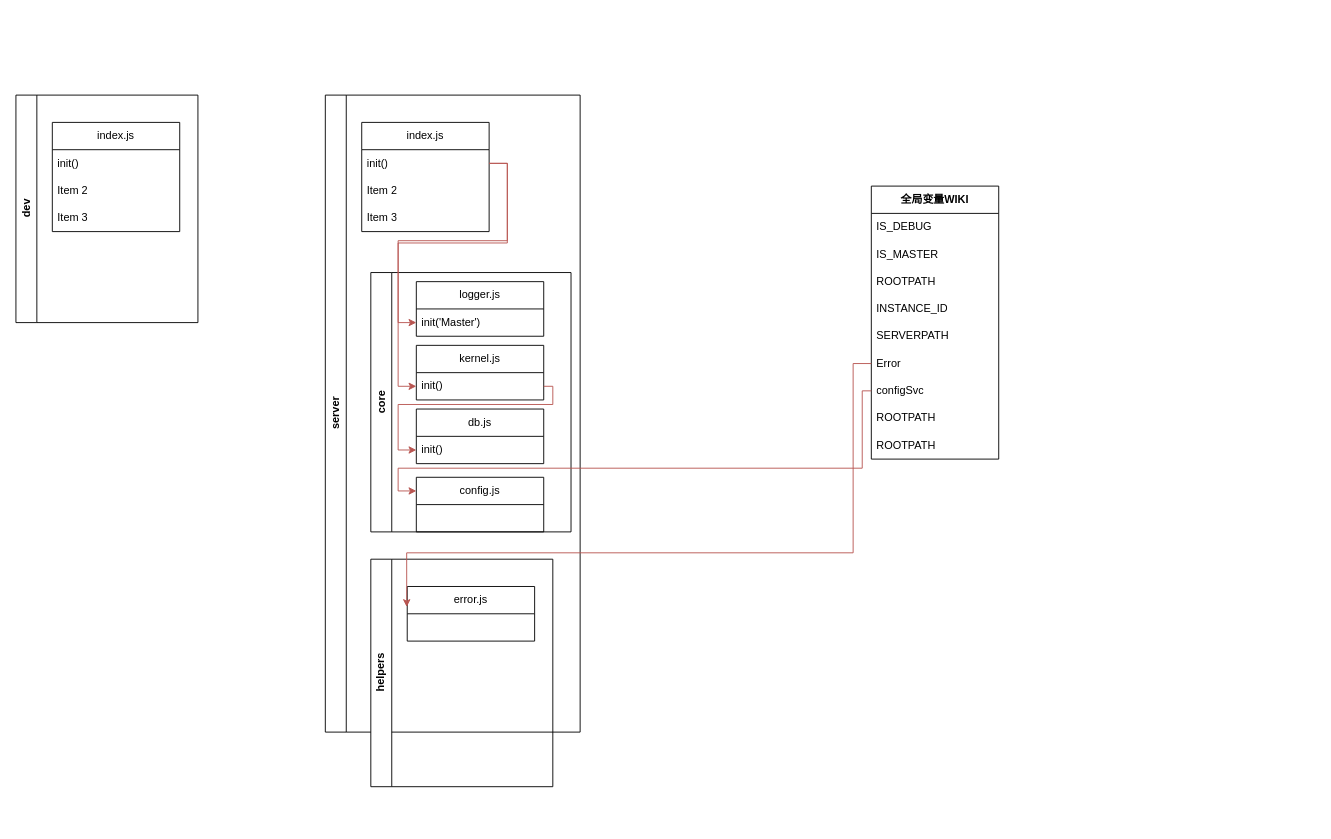
Before: wiki.drawio in fzo-China/leranGit, a draw.io diagram. Source tidied: cells renumbered, new cells numbered last; positions are measured from the earlier drawing's top-left corner, leaving out a move shared by most shapes. Both pictures are drawn from the tidied source at 91%, with x=0, y=0 at pixel (15, 95).
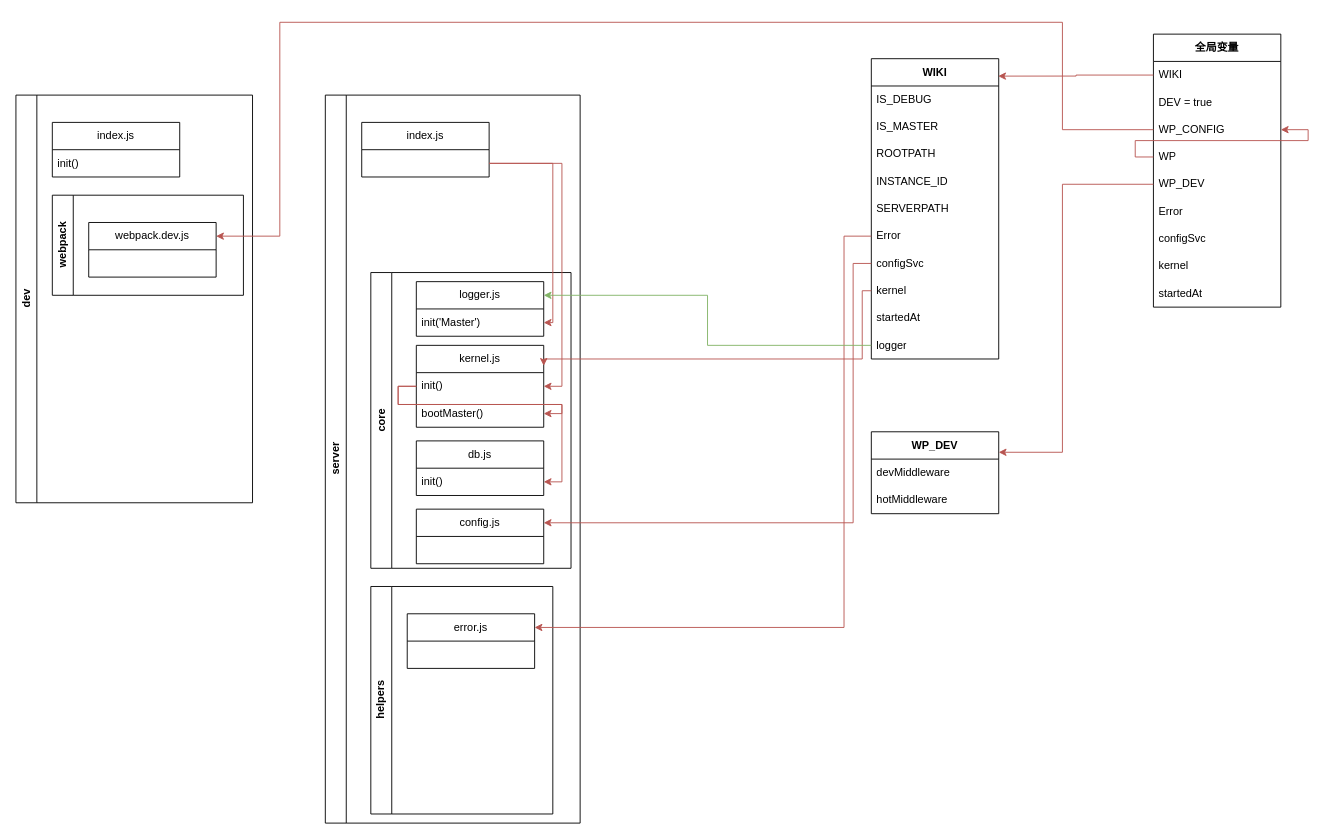
After the change.

The change refers to these unchanged cells:
```xml
<mxCell id="13" value="logger.js" style="swimlane;fontStyle=0;horizontal=1;startSize=30;whiteSpace=wrap;html=1;" parent="12" vertex="1">
  <mxGeometry x="50" y="10" width="140" height="60" as="geometry" />
</mxCell>
<mxCell id="14" value="init('Master')" style="text;strokeColor=none;fillColor=none;align=left;verticalAlign=middle;spacingLeft=4;spacingRight=4;overflow=hidden;points=[[0,0.5],[1,0.5]];portConstraint=eastwest;whiteSpace=wrap;html=1;" parent="13" vertex="1">
  <mxGeometry y="30" width="140" height="30" as="geometry" />
</mxCell>
<mxCell id="16" value="init()" style="text;strokeColor=none;fillColor=none;align=left;verticalAlign=middle;spacingLeft=4;spacingRight=4;overflow=hidden;points=[[0,0.5],[1,0.5]];portConstraint=eastwest;whiteSpace=wrap;html=1;" parent="15" vertex="1">
  <mxGeometry y="30" width="140" height="30" as="geometry" />
</mxCell>
<mxCell id="18" value="init()" style="text;strokeColor=none;fillColor=none;align=left;verticalAlign=middle;spacingLeft=4;spacingRight=4;overflow=hidden;points=[[0,0.5],[1,0.5]];portConstraint=eastwest;whiteSpace=wrap;html=1;" parent="17" vertex="1">
  <mxGeometry y="30" width="140" height="30" as="geometry" />
</mxCell>
<mxCell id="24" value="error.js" style="swimlane;fontStyle=0;horizontal=1;startSize=30;whiteSpace=wrap;html=1;" parent="23" vertex="1">
  <mxGeometry x="40" y="30" width="140" height="60" as="geometry" />
</mxCell>
<mxCell id="32" value="Error" style="text;strokeColor=none;fillColor=none;align=left;verticalAlign=middle;spacingLeft=4;spacingRight=4;overflow=hidden;points=[[0,0.5],[1,0.5]];portConstraint=eastwest;whiteSpace=wrap;html=1;" parent="26" vertex="1">
  <mxGeometry y="180" width="140" height="30" as="geometry" />
</mxCell>
<mxCell id="33" value="configSvc" style="text;strokeColor=none;fillColor=none;align=left;verticalAlign=middle;spacingLeft=4;spacingRight=4;overflow=hidden;points=[[0,0.5],[1,0.5]];portConstraint=eastwest;whiteSpace=wrap;html=1;" parent="26" vertex="1">
  <mxGeometry y="210" width="140" height="30" as="geometry" />
</mxCell>
```

Change to the diagram source:
```diff
@@
     <mxCell id="2" value="dev" style="swimlane;horizontal=0;whiteSpace=wrap;html=1;" parent="1" vertex="1">
-      <mxGeometry width="200" height="250" as="geometry" />
+      <mxGeometry width="260" height="448" as="geometry" />
     </mxCell>
     <mxCell id="3" value="index.js" style="swimlane;fontStyle=0;horizontal=1;startSize=30;whiteSpace=wrap;html=1;" parent="2" vertex="1">
-      <mxGeometry x="40" y="30" width="140" height="120" as="geometry" />
+      <mxGeometry x="40" y="30" width="140" height="60" as="geometry" />
     </mxCell>
@@
-    <mxCell id="5" value="Item 2" style="text;strokeColor=none;fillColor=none;align=left;verticalAlign=middle;spacingLeft=4;spacingRight=4;overflow=hidden;whiteSpace=wrap;html=1;" parent="3" vertex="1">
-      <mxGeometry y="60" width="140" height="30" as="geometry" />
-    </mxCell>
-    <mxCell id="6" value="Item 3" style="text;strokeColor=none;fillColor=none;align=left;verticalAlign=middle;spacingLeft=4;spacingRight=4;overflow=hidden;whiteSpace=wrap;html=1;" parent="3" vertex="1">
-      <mxGeometry y="90" width="140" height="30" as="geometry" />
-    </mxCell>
+    <mxCell id="38" value="webpack" style="swimlane;horizontal=0;whiteSpace=wrap;html=1;" parent="2" vertex="1">
+      <mxGeometry x="40" y="110" width="210" height="110" as="geometry" />
+    </mxCell>
+    <mxCell id="39" value="webpack.dev.js" style="swimlane;fontStyle=0;horizontal=1;startSize=30;whiteSpace=wrap;html=1;" parent="38" vertex="1">
+      <mxGeometry x="40" y="30" width="140" height="60" as="geometry" />
+    </mxCell>
     <mxCell id="7" value="server" style="swimlane;horizontal=0;whiteSpace=wrap;html=1;" parent="1" vertex="1">
-      <mxGeometry x="340" width="280" height="700" as="geometry" />
+      <mxGeometry x="340" width="280" height="800" as="geometry" />
     </mxCell>
     <mxCell id="8" value="index.js" style="swimlane;fontStyle=0;horizontal=1;startSize=30;whiteSpace=wrap;html=1;" parent="7" vertex="1">
-      <mxGeometry x="40" y="30" width="140" height="120" as="geometry" />
+      <mxGeometry x="40" y="30" width="140" height="60" as="geometry" />
     </mxCell>
-    <mxCell id="9" value="init()" style="text;strokeColor=none;fillColor=none;align=left;verticalAlign=middle;spacingLeft=4;spacingRight=4;overflow=hidden;points=[[0,0.5],[1,0.5]];portConstraint=eastwest;whiteSpace=wrap;html=1;" parent="8" vertex="1">
-      <mxGeometry y="30" width="140" height="30" as="geometry" />
-    </mxCell>
-    <mxCell id="10" value="Item 2" style="text;strokeColor=none;fillColor=none;align=left;verticalAlign=middle;spacingLeft=4;spacingRight=4;overflow=hidden;whiteSpace=wrap;html=1;" parent="8" vertex="1">
-      <mxGeometry y="60" width="140" height="30" as="geometry" />
-    </mxCell>
-    <mxCell id="11" value="Item 3" style="text;strokeColor=none;fillColor=none;align=left;verticalAlign=middle;spacingLeft=4;spacingRight=4;overflow=hidden;whiteSpace=wrap;html=1;" parent="8" vertex="1">
-      <mxGeometry y="90" width="140" height="30" as="geometry" />
-    </mxCell>
     <mxCell id="12" value="core" style="swimlane;horizontal=0;whiteSpace=wrap;html=1;" parent="7" vertex="1">
-      <mxGeometry x="50" y="195" width="220" height="285" as="geometry" />
+      <mxGeometry x="50" y="195" width="220" height="325" as="geometry" />
     </mxCell>
@@
     <mxCell id="15" value="kernel.js" style="swimlane;fontStyle=0;horizontal=1;startSize=30;whiteSpace=wrap;html=1;" parent="12" vertex="1">
-      <mxGeometry x="50" y="80" width="140" height="60" as="geometry" />
+      <mxGeometry x="50" y="80" width="140" height="90" as="geometry" />
     </mxCell>
+    <mxCell id="40" style="edgeStyle=orthogonalEdgeStyle;rounded=0;jettySize=auto;html=1;exitX=0;exitY=0.5;exitDx=0;exitDy=0;entryX=1;entryY=0.5;entryDx=0;entryDy=0;fillColor=#f8cecc;strokeColor=#b85450;" parent="15" edge="1" source="16" target="41">
+      <mxGeometry relative="1" as="geometry">
+        <Array as="points">
+          <mxPoint x="-20" y="45" />
+          <mxPoint x="-20" y="65" />
+          <mxPoint x="160" y="65" />
+          <mxPoint x="160" y="75" />
+        </Array>
+      </mxGeometry>
+    </mxCell>
@@
+    <mxCell id="41" value="bootMaster()" style="text;strokeColor=none;fillColor=none;align=left;verticalAlign=middle;spacingLeft=4;spacingRight=4;overflow=hidden;points=[[0,0.5],[1,0.5]];portConstraint=eastwest;whiteSpace=wrap;html=1;" parent="15" vertex="1">
+      <mxGeometry y="60" width="140" height="30" as="geometry" />
+    </mxCell>
     <mxCell id="17" value="db.js" style="swimlane;fontStyle=0;horizontal=1;startSize=30;whiteSpace=wrap;html=1;" parent="12" vertex="1">
-      <mxGeometry x="50" y="150" width="140" height="60" as="geometry" />
+      <mxGeometry x="50" y="185" width="140" height="60" as="geometry" />
     </mxCell>
@@
+    <mxCell id="20" value="config.js" style="swimlane;fontStyle=0;horizontal=1;startSize=30;whiteSpace=wrap;html=1;" parent="12" vertex="1">
+      <mxGeometry x="50" y="260" width="140" height="60" as="geometry" />
+    </mxCell>
-    <mxCell id="19" style="edgeStyle=orthogonalEdgeStyle;rounded=0;jettySize=auto;html=1;exitX=1;exitY=0.5;exitDx=0;exitDy=0;entryX=0;entryY=0.5;entryDx=0;entryDy=0;fillColor=#f8cecc;strokeColor=#b85450;" parent="12" edge="1" source="16" target="18">
+    <mxCell id="19" style="edgeStyle=orthogonalEdgeStyle;rounded=0;jettySize=auto;html=1;exitX=0;exitY=0.5;exitDx=0;exitDy=0;entryX=1;entryY=0.5;entryDx=0;entryDy=0;fillColor=#f8cecc;strokeColor=#b85450;" parent="12" edge="1" source="16" target="18">
       <mxGeometry relative="1" as="geometry">
         <Array as="points">
-          <mxPoint x="200" y="125" />
-          <mxPoint x="200" y="145" />
+          <mxPoint x="30" y="125" />
           <mxPoint x="30" y="145" />
-          <mxPoint x="30" y="195" />
+          <mxPoint x="210" y="145" />
+          <mxPoint x="210" y="230" />
         </Array>
       </mxGeometry>
     </mxCell>
-    <mxCell id="20" value="config.js" style="swimlane;fontStyle=0;horizontal=1;startSize=30;whiteSpace=wrap;html=1;" parent="12" vertex="1">
-      <mxGeometry x="50" y="225" width="140" height="60" as="geometry" />
-    </mxCell>
-    <mxCell id="21" style="edgeStyle=orthogonalEdgeStyle;rounded=0;jettySize=auto;html=1;exitX=1;exitY=0.5;exitDx=0;exitDy=0;entryX=0;entryY=0.5;entryDx=0;entryDy=0;fillColor=#f8cecc;strokeColor=#b85450;" parent="7" edge="1" source="9" target="14">
-      <mxGeometry relative="1" as="geometry" />
+    <mxCell id="21" style="edgeStyle=orthogonalEdgeStyle;rounded=0;jettySize=auto;html=1;exitX=1;exitY=0.5;exitDx=0;exitDy=0;entryX=1;entryY=0.5;entryDx=0;entryDy=0;fillColor=#f8cecc;strokeColor=#b85450;" parent="7" edge="1" target="14">
+      <mxGeometry relative="1" as="geometry">
+        <mxPoint x="180" y="75" as="sourcePoint" />
+        <Array as="points">
+          <mxPoint x="250" y="75" />
+          <mxPoint x="250" y="250" />
+        </Array>
+      </mxGeometry>
     </mxCell>
-    <mxCell id="22" style="edgeStyle=orthogonalEdgeStyle;rounded=0;jettySize=auto;html=1;exitX=1;exitY=0.5;exitDx=0;exitDy=0;entryX=0;entryY=0.5;entryDx=0;entryDy=0;fillColor=#f8cecc;strokeColor=#b85450;" parent="7" edge="1" source="9" target="16">
+    <mxCell id="22" style="edgeStyle=orthogonalEdgeStyle;rounded=0;jettySize=auto;html=1;exitX=1;exitY=0.5;exitDx=0;exitDy=0;entryX=1;entryY=0.5;entryDx=0;entryDy=0;fillColor=#f8cecc;strokeColor=#b85450;" parent="7" edge="1" target="16">
       <mxGeometry relative="1" as="geometry">
+        <mxPoint x="180" y="75" as="sourcePoint" />
         <Array as="points">
-          <mxPoint x="200" y="75" />
-          <mxPoint x="200" y="160" />
-          <mxPoint x="80" y="160" />
-          <mxPoint x="80" y="320" />
+          <mxPoint x="260" y="75" />
+          <mxPoint x="260" y="320" />
         </Array>
       </mxGeometry>
     </mxCell>
     <mxCell id="23" value="helpers" style="swimlane;horizontal=0;whiteSpace=wrap;html=1;" parent="7" vertex="1">
-      <mxGeometry x="50" y="510" width="200" height="250" as="geometry" />
+      <mxGeometry x="50" y="540" width="200" height="250" as="geometry" />
     </mxCell>
@@
-    <mxCell id="26" value="&lt;b style=&quot;text-align: left;&quot;&gt;全局变量WIKI&lt;/b&gt;" style="swimlane;fontStyle=0;horizontal=1;startSize=30;whiteSpace=wrap;html=1;" parent="1" vertex="1">
-      <mxGeometry x="940" y="100" width="140" height="300" as="geometry" />
+    <mxCell id="26" value="&lt;b style=&quot;text-align: left;&quot;&gt;WIKI&lt;/b&gt;" style="swimlane;fontStyle=0;horizontal=1;startSize=30;whiteSpace=wrap;html=1;" parent="1" vertex="1">
+      <mxGeometry x="940" y="-40" width="140" height="330" as="geometry" />
     </mxCell>
@@
-    <mxCell id="34" value="ROOTPATH" style="text;strokeColor=none;fillColor=none;align=left;verticalAlign=middle;spacingLeft=4;spacingRight=4;overflow=hidden;points=[[0,0.5],[1,0.5]];portConstraint=eastwest;whiteSpace=wrap;html=1;" parent="26" vertex="1">
+    <mxCell id="34" value="kernel" style="text;strokeColor=none;fillColor=none;align=left;verticalAlign=middle;spacingLeft=4;spacingRight=4;overflow=hidden;points=[[0,0.5],[1,0.5]];portConstraint=eastwest;whiteSpace=wrap;html=1;" parent="26" vertex="1">
       <mxGeometry y="240" width="140" height="30" as="geometry" />
     </mxCell>
-    <mxCell id="35" value="ROOTPATH" style="text;strokeColor=none;fillColor=none;align=left;verticalAlign=middle;spacingLeft=4;spacingRight=4;overflow=hidden;whiteSpace=wrap;html=1;" parent="26" vertex="1">
+    <mxCell id="35" value="startedAt" style="text;strokeColor=none;fillColor=none;align=left;verticalAlign=middle;spacingLeft=4;spacingRight=4;overflow=hidden;whiteSpace=wrap;html=1;" parent="26" vertex="1">
       <mxGeometry y="270" width="140" height="30" as="geometry" />
     </mxCell>
+    <mxCell id="42" value="logger" style="text;strokeColor=none;fillColor=none;align=left;verticalAlign=middle;spacingLeft=4;spacingRight=4;overflow=hidden;points=[[0,0.5],[1,0.5]];portConstraint=eastwest;whiteSpace=wrap;html=1;" parent="26" vertex="1">
+      <mxGeometry y="300" width="140" height="30" as="geometry" />
+    </mxCell>
+    <mxCell id="37" style="edgeStyle=orthogonalEdgeStyle;rounded=0;jettySize=auto;html=1;exitX=0;exitY=0.5;exitDx=0;exitDy=0;entryX=1;entryY=0.25;entryDx=0;entryDy=0;fillColor=#f8cecc;strokeColor=#b85450;" parent="1" edge="1" source="33" target="20">
+      <mxGeometry relative="1" as="geometry">
+        <Array as="points">
+          <mxPoint x="920" y="185" />
+          <mxPoint x="920" y="470" />
+        </Array>
+      </mxGeometry>
+    </mxCell>
+    <mxCell id="43" style="edgeStyle=orthogonalEdgeStyle;rounded=0;jettySize=auto;html=1;exitX=0;exitY=0.5;exitDx=0;exitDy=0;entryX=1;entryY=0.25;entryDx=0;entryDy=0;fillColor=#f8cecc;strokeColor=#b85450;" parent="1" edge="1" source="34" target="15">
+      <mxGeometry relative="1" as="geometry">
+        <Array as="points">
+          <mxPoint x="930" y="215" />
+          <mxPoint x="930" y="290" />
+        </Array>
+      </mxGeometry>
+    </mxCell>
+    <mxCell id="44" value="&lt;b style=&quot;text-align: left;&quot;&gt;全局变量&lt;/b&gt;" style="swimlane;fontStyle=0;horizontal=1;startSize=30;whiteSpace=wrap;html=1;" parent="1" vertex="1">
+      <mxGeometry x="1250" y="-67" width="140" height="300" as="geometry" />
+    </mxCell>
+    <mxCell id="45" value="WIKI" style="text;strokeColor=none;fillColor=none;align=left;verticalAlign=middle;spacingLeft=4;spacingRight=4;overflow=hidden;points=[[0,0.5],[1,0.5]];portConstraint=eastwest;whiteSpace=wrap;html=1;" parent="44" vertex="1">
+      <mxGeometry y="30" width="140" height="30" as="geometry" />
+    </mxCell>
+    <mxCell id="46" value="DEV = true" style="text;strokeColor=none;fillColor=none;align=left;verticalAlign=middle;spacingLeft=4;spacingRight=4;overflow=hidden;whiteSpace=wrap;html=1;" parent="44" vertex="1">
+      <mxGeometry y="60" width="140" height="30" as="geometry" />
+    </mxCell>
+    <mxCell id="47" value="WP_CONFIG" style="text;strokeColor=none;fillColor=none;align=left;verticalAlign=middle;spacingLeft=4;spacingRight=4;overflow=hidden;points=[[0,0.5],[1,0.5]];portConstraint=eastwest;whiteSpace=wrap;html=1;" parent="44" vertex="1">
+      <mxGeometry y="90" width="140" height="30" as="geometry" />
+    </mxCell>
+    <mxCell id="48" style="edgeStyle=orthogonalEdgeStyle;rounded=0;jettySize=auto;html=1;exitX=0;exitY=0.5;exitDx=0;exitDy=0;entryX=1;entryY=0.5;entryDx=0;entryDy=0;fillColor=#f8cecc;strokeColor=#b85450;" parent="44" edge="1" source="49" target="47">
+      <mxGeometry relative="1" as="geometry">
+        <Array as="points">
+          <mxPoint x="-20" y="135" />
+          <mxPoint x="-20" y="117" />
+          <mxPoint x="170" y="117" />
+          <mxPoint x="170" y="105" />
+        </Array>
+      </mxGeometry>
+    </mxCell>
+    <mxCell id="49" value="WP" style="text;strokeColor=none;fillColor=none;align=left;verticalAlign=middle;spacingLeft=4;spacingRight=4;overflow=hidden;points=[[0,0.5],[1,0.5]];portConstraint=eastwest;whiteSpace=wrap;html=1;" parent="44" vertex="1">
+      <mxGeometry y="120" width="140" height="30" as="geometry" />
+    </mxCell>
+    <mxCell id="50" value="WP_DEV" style="text;strokeColor=none;fillColor=none;align=left;verticalAlign=middle;spacingLeft=4;spacingRight=4;overflow=hidden;points=[[0,0.5],[1,0.5]];portConstraint=eastwest;whiteSpace=wrap;html=1;" parent="44" vertex="1">
+      <mxGeometry y="150" width="140" height="30" as="geometry" />
+    </mxCell>
+    <mxCell id="51" value="Error" style="text;strokeColor=none;fillColor=none;align=left;verticalAlign=middle;spacingLeft=4;spacingRight=4;overflow=hidden;whiteSpace=wrap;html=1;" parent="44" vertex="1">
+      <mxGeometry y="180" width="140" height="30" as="geometry" />
+    </mxCell>
+    <mxCell id="52" value="configSvc" style="text;strokeColor=none;fillColor=none;align=left;verticalAlign=middle;spacingLeft=4;spacingRight=4;overflow=hidden;whiteSpace=wrap;html=1;" parent="44" vertex="1">
+      <mxGeometry y="210" width="140" height="30" as="geometry" />
+    </mxCell>
+    <mxCell id="53" value="kernel" style="text;strokeColor=none;fillColor=none;align=left;verticalAlign=middle;spacingLeft=4;spacingRight=4;overflow=hidden;whiteSpace=wrap;html=1;" parent="44" vertex="1">
+      <mxGeometry y="240" width="140" height="30" as="geometry" />
+    </mxCell>
+    <mxCell id="54" value="startedAt" style="text;strokeColor=none;fillColor=none;align=left;verticalAlign=middle;spacingLeft=4;spacingRight=4;overflow=hidden;whiteSpace=wrap;html=1;" parent="44" vertex="1">
+      <mxGeometry y="270" width="140" height="30" as="geometry" />
+    </mxCell>
+    <mxCell id="55" style="edgeStyle=orthogonalEdgeStyle;rounded=0;jettySize=auto;html=1;exitX=0;exitY=0.5;exitDx=0;exitDy=0;entryX=0.996;entryY=0.058;entryDx=0;entryDy=0;entryPerimeter=0;fillColor=#f8cecc;strokeColor=#b85450;" parent="1" edge="1" source="45" target="26">
+      <mxGeometry relative="1" as="geometry" />
+    </mxCell>
-    <mxCell id="36" style="edgeStyle=orthogonalEdgeStyle;rounded=0;jettySize=auto;html=1;exitX=0;exitY=0.5;exitDx=0;exitDy=0;entryX=-0.004;entryY=0.375;entryDx=0;entryDy=0;entryPerimeter=0;fillColor=#f8cecc;strokeColor=#b85450;" parent="1" edge="1" source="32" target="24">
+    <mxCell id="36" style="edgeStyle=orthogonalEdgeStyle;rounded=0;jettySize=auto;html=1;exitX=0;exitY=0.5;exitDx=0;exitDy=0;entryX=1;entryY=0.25;entryDx=0;entryDy=0;fillColor=#f8cecc;strokeColor=#b85450;" parent="1" edge="1" source="32" target="24">
       <mxGeometry relative="1" as="geometry">
         <Array as="points">
-          <mxPoint x="920" y="295" />
-          <mxPoint x="920" y="503" />
-          <mxPoint x="429" y="503" />
+          <mxPoint x="910" y="155" />
+          <mxPoint x="910" y="585" />
         </Array>
       </mxGeometry>
     </mxCell>
-    <mxCell id="37" style="edgeStyle=orthogonalEdgeStyle;rounded=0;jettySize=auto;html=1;exitX=0;exitY=0.5;exitDx=0;exitDy=0;entryX=0;entryY=0.25;entryDx=0;entryDy=0;fillColor=#f8cecc;strokeColor=#b85450;" parent="1" edge="1" source="33" target="20">
-      <mxGeometry relative="1" as="geometry">
-        <Array as="points">
-          <mxPoint x="930" y="325" />
-          <mxPoint x="930" y="410" />
-          <mxPoint x="420" y="410" />
-          <mxPoint x="420" y="435" />
-        </Array>
-      </mxGeometry>
-    </mxCell>
+    <mxCell id="56" style="edgeStyle=orthogonalEdgeStyle;rounded=0;jettySize=auto;html=1;exitX=0;exitY=0.5;exitDx=0;exitDy=0;entryX=1;entryY=0.25;entryDx=0;entryDy=0;fillColor=#f8cecc;strokeColor=#b85450;" parent="1" edge="1" source="47" target="39">
+      <mxGeometry relative="1" as="geometry">
+        <Array as="points">
+          <mxPoint x="1150" y="38" />
+          <mxPoint x="1150" y="-80" />
+          <mxPoint x="290" y="-80" />
+          <mxPoint x="290" y="155" />
+        </Array>
+      </mxGeometry>
+    </mxCell>
+    <mxCell id="57" value="&lt;b style=&quot;text-align: left;&quot;&gt;WP_DEV&lt;/b&gt;" style="swimlane;fontStyle=0;horizontal=1;startSize=30;whiteSpace=wrap;html=1;" parent="1" vertex="1">
+      <mxGeometry x="940" y="370" width="140" height="90" as="geometry" />
+    </mxCell>
+    <mxCell id="58" value="devMiddleware" style="text;strokeColor=none;fillColor=none;align=left;verticalAlign=middle;spacingLeft=4;spacingRight=4;overflow=hidden;whiteSpace=wrap;html=1;" parent="57" vertex="1">
+      <mxGeometry y="30" width="140" height="30" as="geometry" />
+    </mxCell>
+    <mxCell id="59" value="hotMiddleware" style="text;strokeColor=none;fillColor=none;align=left;verticalAlign=middle;spacingLeft=4;spacingRight=4;overflow=hidden;whiteSpace=wrap;html=1;" parent="57" vertex="1">
+      <mxGeometry y="60" width="140" height="30" as="geometry" />
+    </mxCell>
+    <mxCell id="60" style="edgeStyle=orthogonalEdgeStyle;rounded=0;jettySize=auto;html=1;exitX=0;exitY=0.5;exitDx=0;exitDy=0;entryX=1;entryY=0.25;entryDx=0;entryDy=0;fillColor=#f8cecc;strokeColor=#b85450;" parent="1" edge="1" source="50" target="57">
+      <mxGeometry relative="1" as="geometry">
+        <Array as="points">
+          <mxPoint x="1150" y="98" />
+          <mxPoint x="1150" y="393" />
+        </Array>
+      </mxGeometry>
+    </mxCell>
+    <mxCell id="61" style="edgeStyle=orthogonalEdgeStyle;rounded=0;jettySize=auto;html=1;exitX=0;exitY=0.5;exitDx=0;exitDy=0;entryX=1;entryY=0.25;entryDx=0;entryDy=0;fillColor=#d5e8d4;strokeColor=#82b366;" parent="1" edge="1" source="42" target="13">
+      <mxGeometry relative="1" as="geometry" />
+    </mxCell>
```
